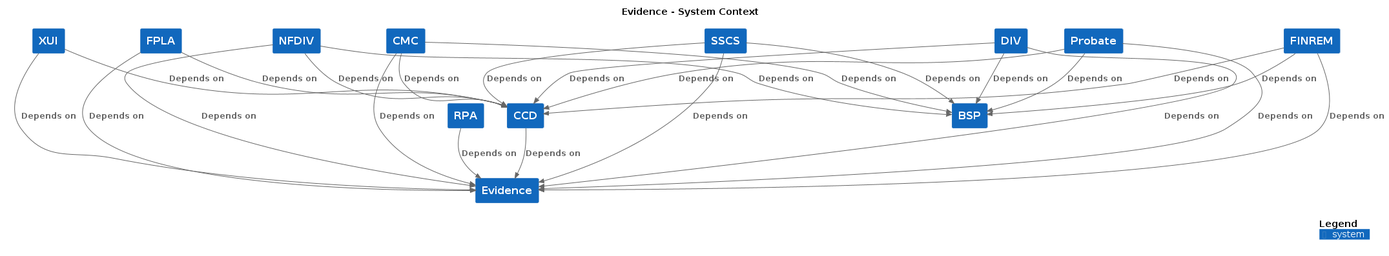
Before: docs/c4/evidence/images/structurizr-evidence-context.png, a diagram exported from PlantUML (hmcts/cnp-api-docs).
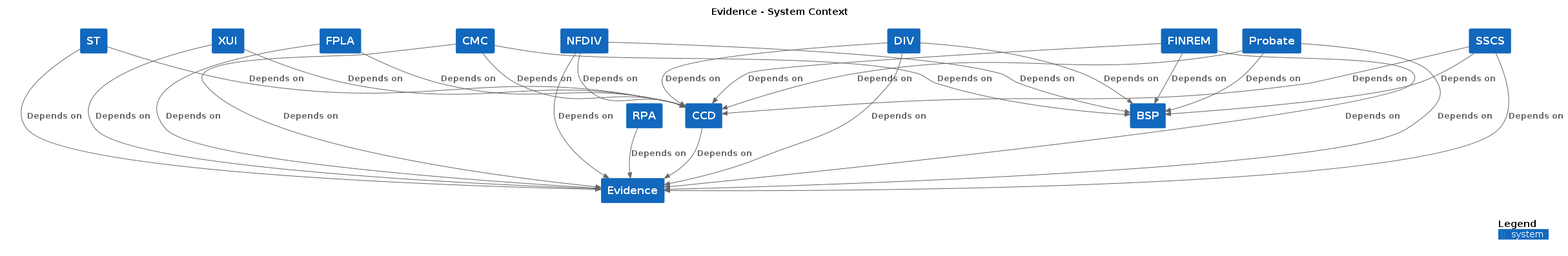
Above is the later version.

Change to the diagram source:
```diff
@@ -9,6 +9,7 @@
 
 System(FPLA, "FPLA", $descr="", $tags="", $link="")
 System(NFDIV, "NFDIV", $descr="", $tags="", $link="")
+System(ST, "ST", $descr="", $tags="", $link="")
 System(CCD, "CCD", $descr="", $tags="", $link="")
 System(Evidence, "Evidence", $descr="", $tags="", $link="")
 System(BSP, "BSP", $descr="", $tags="", $link="")
@@ -44,6 +45,8 @@
 Rel_D(NFDIV, CCD, "Depends on", $techn="", $tags="", $link="")
 Rel_D(NFDIV, Evidence, "Depends on", $techn="", $tags="", $link="")
 Rel_D(NFDIV, BSP, "Depends on", $techn="", $tags="", $link="")
+Rel_D(ST, CCD, "Depends on", $techn="", $tags="", $link="")
+Rel_D(ST, Evidence, "Depends on", $techn="", $tags="", $link="")
 
 SHOW_DYNAMIC_LEGEND()
 @enduml
```
